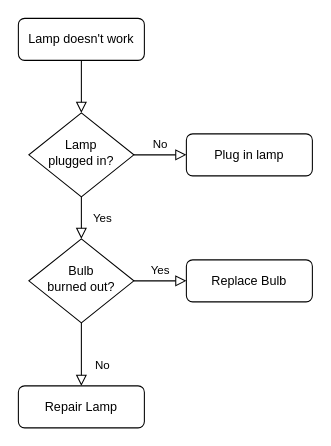
dogwaves/hello-world- keeps this draw.io diagram as Untitled Diagram.drawio. Above is the earlier version. Source tidied: cells renumbered, new cells numbered last; positions are measured from the earlier drawing's top-left corner, leaving out a move shared by most shapes. Both pictures are drawn from the tidied source at 105%, with x=0, y=0 at pixel (18, 18).
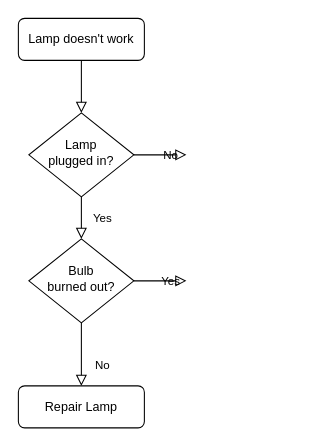
The same diagram, later.

Diff of the diagram source:
```diff
@@
 <mxGraphModel>
   <root>
     <mxCell id="0" />
     <mxCell id="1" parent="0" />
     <mxCell id="2" style="rounded=0;html=1;jettySize=auto;fontSize=11;endArrow=block;endFill=0;endSize=8;strokeWidth=1;shadow=0;labelBackgroundColor=none;edgeStyle=orthogonalEdgeStyle;" parent="1" edge="1" source="3" target="6">
       <mxGeometry relative="1" as="geometry" />
     </mxCell>
     <mxCell id="3" value="Lamp doesn't work" style="rounded=1;whiteSpace=wrap;html=1;fontSize=12;glass=0;strokeWidth=1;shadow=0;" parent="1" vertex="1">
       <mxGeometry width="120" height="40" as="geometry" />
     </mxCell>
     <mxCell id="4" value="Yes" style="rounded=0;html=1;jettySize=auto;fontSize=11;endArrow=block;endFill=0;endSize=8;strokeWidth=1;shadow=0;labelBackgroundColor=none;edgeStyle=orthogonalEdgeStyle;" parent="1" edge="1" source="6" target="10">
       <mxGeometry y="20" relative="1" as="geometry" />
     </mxCell>
-    <mxCell id="5" value="No" style="edgeStyle=orthogonalEdgeStyle;rounded=0;html=1;jettySize=auto;fontSize=11;endArrow=block;endFill=0;endSize=8;strokeWidth=1;shadow=0;labelBackgroundColor=none;" parent="1" edge="1" source="6" target="7">
-      <mxGeometry y="10" relative="1" as="geometry" />
+    <mxCell id="5" value="No" style="edgeStyle=orthogonalEdgeStyle;rounded=0;html=1;jettySize=auto;fontSize=11;endArrow=block;endFill=0;endSize=8;strokeWidth=1;shadow=0;labelBackgroundColor=none;" parent="1" edge="1" source="6">
+      <mxGeometry y="10" relative="1" as="geometry">
+        <mxPoint x="160" y="130" as="targetPoint" />
+      </mxGeometry>
     </mxCell>
     <mxCell id="6" value="Lamp&lt;br&gt;plugged in?" style="rhombus;whiteSpace=wrap;html=1;shadow=0;fontFamily=Helvetica;fontSize=12;align=center;strokeWidth=1;spacing=6;spacingTop=-4;" parent="1" vertex="1">
       <mxGeometry x="10" y="90" width="100" height="80" as="geometry" />
     </mxCell>
-    <mxCell id="7" value="Plug in lamp" style="rounded=1;whiteSpace=wrap;html=1;fontSize=12;glass=0;strokeWidth=1;shadow=0;" parent="1" vertex="1">
-      <mxGeometry x="160" y="110" width="120" height="40" as="geometry" />
-    </mxCell>
     <mxCell id="8" value="No" style="rounded=0;html=1;jettySize=auto;fontSize=11;endArrow=block;endFill=0;endSize=8;strokeWidth=1;shadow=0;labelBackgroundColor=none;edgeStyle=orthogonalEdgeStyle;" parent="1" edge="1" source="10" target="11">
       <mxGeometry x="0.33" y="20" relative="1" as="geometry" />
     </mxCell>
-    <mxCell id="9" value="Yes" style="edgeStyle=orthogonalEdgeStyle;rounded=0;html=1;jettySize=auto;fontSize=11;endArrow=block;endFill=0;endSize=8;strokeWidth=1;shadow=0;labelBackgroundColor=none;" parent="1" edge="1" source="10" target="12">
-      <mxGeometry y="10" relative="1" as="geometry" />
+    <mxCell id="9" value="Yes" style="edgeStyle=orthogonalEdgeStyle;rounded=0;html=1;jettySize=auto;fontSize=11;endArrow=block;endFill=0;endSize=8;strokeWidth=1;shadow=0;labelBackgroundColor=none;" parent="1" edge="1" source="10">
+      <mxGeometry y="10" relative="1" as="geometry">
+        <mxPoint x="160" y="250" as="targetPoint" />
+      </mxGeometry>
     </mxCell>
     <mxCell id="10" value="Bulb&lt;br&gt;burned out?" style="rhombus;whiteSpace=wrap;html=1;shadow=0;fontFamily=Helvetica;fontSize=12;align=center;strokeWidth=1;spacing=6;spacingTop=-4;" parent="1" vertex="1">
       <mxGeometry x="10" y="210" width="100" height="80" as="geometry" />
     </mxCell>
     <mxCell id="11" value="Repair Lamp" style="rounded=1;whiteSpace=wrap;html=1;fontSize=12;glass=0;strokeWidth=1;shadow=0;" parent="1" vertex="1">
       <mxGeometry y="350" width="120" height="40" as="geometry" />
     </mxCell>
-    <mxCell id="12" value="Replace Bulb" style="rounded=1;whiteSpace=wrap;html=1;fontSize=12;glass=0;strokeWidth=1;shadow=0;" parent="1" vertex="1">
-      <mxGeometry x="160" y="230" width="120" height="40" as="geometry" />
-    </mxCell>
   </root>
 </mxGraphModel>
```
